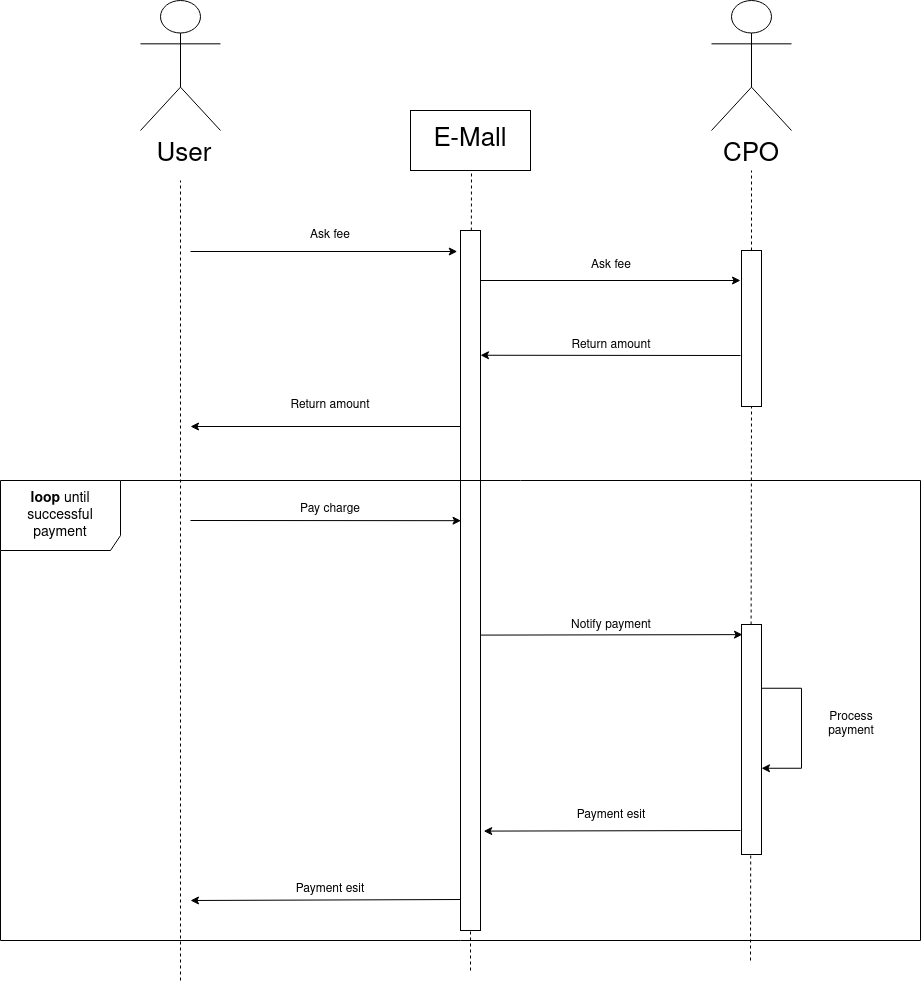
The draw.io diagram deliverables/sequence_diagrams/payment.png in nicolasbenatti/BenattiBiasioloSimonin, before a commit. Source tidied: cells renumbered, new cells last; positions are measured from the earlier drawing's top-left corner, leaving out a move shared by most shapes.
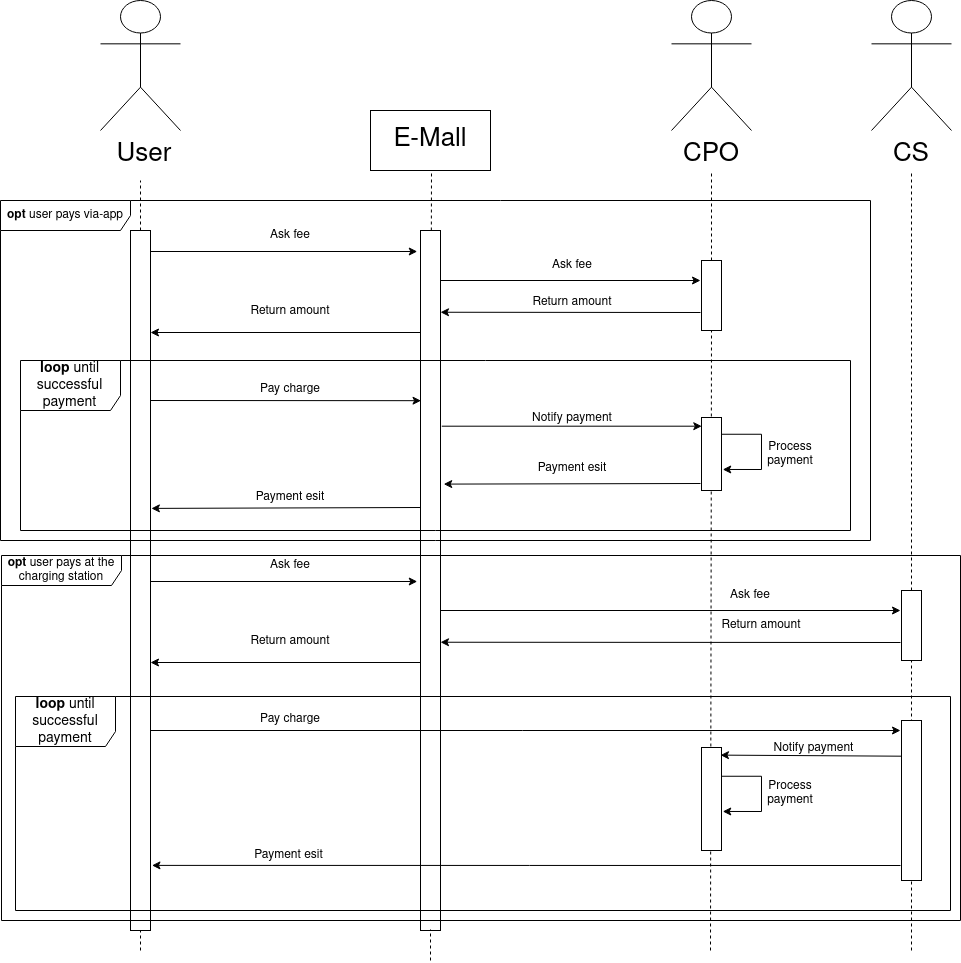
After the change.

Commit message:
Updated payment sequence diagram

What changed in the source:
```diff
@@ -2,6 +2,12 @@
   <root>
     <mxCell id="0" />
     <mxCell id="1" parent="0" />
+    <mxCell id="20" style="endArrow=classic;html=1;rounded=0;startArrow=none;entryX=0.027;entryY=0.321;entryDx=0;entryDy=0;entryPerimeter=0;" parent="1" edge="1">
+      <mxGeometry relative="1" as="geometry">
+        <mxPoint x="180" y="400" as="sourcePoint" />
+        <mxPoint x="460.5" y="400.2" as="targetPoint" />
+      </mxGeometry>
+    </mxCell>
     <mxCell id="2" style="endArrow=none;html=1;rounded=0;entryX=0.5;entryY=1;entryDx=0;entryDy=0;startArrow=none;dashed=1;" parent="1" edge="1" source="12">
       <mxGeometry relative="1" as="geometry">
         <mxPoint x="471" y="170" as="targetPoint" />
@@ -21,7 +27,7 @@
       <mxGeometry x="269.5" y="220" width="120" height="30" as="geometry" />
     </mxCell>
     <mxCell id="6" value="Return amount" style="text;html=1;strokeColor=none;fillColor=none;align=center;verticalAlign=middle;whiteSpace=wrap;rounded=0;" parent="1" vertex="1">
-      <mxGeometry x="269.5" y="390" width="120" height="30" as="geometry" />
+      <mxGeometry x="269.5" y="296" width="120" height="30" as="geometry" />
     </mxCell>
     <mxCell id="7" value="&lt;font style=&quot;font-size: 26px;&quot;&gt;User&lt;/font&gt;" style="text;html=1;strokeColor=none;fillColor=none;align=center;verticalAlign=middle;whiteSpace=wrap;rounded=0;" parent="1" vertex="1">
       <mxGeometry x="154" y="140" width="60" height="30" as="geometry" />
@@ -52,88 +58,197 @@
     </mxCell>
     <mxCell id="15" style="endArrow=classic;html=1;rounded=0;startArrow=none;entryX=1.14;entryY=0.853;entryDx=0;entryDy=0;entryPerimeter=0;" parent="1" edge="1">
       <mxGeometry relative="1" as="geometry">
-        <mxPoint x="740" y="355" as="sourcePoint" />
-        <mxPoint x="480" y="354.7" as="targetPoint" />
+        <mxPoint x="740" y="312" as="sourcePoint" />
+        <mxPoint x="480" y="311.7" as="targetPoint" />
       </mxGeometry>
     </mxCell>
     <mxCell id="16" value="Return amount" style="text;html=1;strokeColor=none;fillColor=none;align=center;verticalAlign=middle;whiteSpace=wrap;rounded=0;" parent="1" vertex="1">
-      <mxGeometry x="551.5" y="330" width="120" height="30" as="geometry" />
+      <mxGeometry x="551.5" y="287" width="120" height="30" as="geometry" />
     </mxCell>
     <mxCell id="17" style="rounded=0;whiteSpace=wrap;html=1;" parent="1" vertex="1">
-      <mxGeometry x="741" y="250" width="20" height="156" as="geometry" />
+      <mxGeometry x="741" y="260" width="20" height="70" as="geometry" />
     </mxCell>
     <mxCell id="18" style="endArrow=none;html=1;rounded=0;entryX=0.5;entryY=1;entryDx=0;entryDy=0;startArrow=none;dashed=1;" parent="1" edge="1" target="17">
       <mxGeometry relative="1" as="geometry">
-        <mxPoint x="750" y="960" as="sourcePoint" />
+        <mxPoint x="750" y="950" as="sourcePoint" />
       </mxGeometry>
     </mxCell>
+    <mxCell id="29" style="endArrow=none;html=1;rounded=0;entryX=0.5;entryY=1;entryDx=0;entryDy=0;dashed=1;" parent="1" edge="1">
+      <mxGeometry relative="1" as="geometry">
+        <mxPoint x="470" y="960" as="sourcePoint" />
+        <mxPoint x="470" y="929" as="targetPoint" />
+      </mxGeometry>
+    </mxCell>
+    <mxCell id="30" style="endArrow=none;html=1;rounded=0;dashed=1;" parent="1" edge="1">
+      <mxGeometry relative="1" as="geometry">
+        <mxPoint x="180" y="950" as="sourcePoint" />
+        <mxPoint x="180" y="180" as="targetPoint" />
+      </mxGeometry>
+    </mxCell>
+    <mxCell id="34" style="rounded=0;whiteSpace=wrap;html=1;" parent="1" vertex="1">
+      <mxGeometry x="470" y="240" height="700" as="geometry" />
+    </mxCell>
+    <mxCell id="35" style="rounded=0;whiteSpace=wrap;html=1;" parent="1" vertex="1">
+      <mxGeometry x="170" y="230" width="20" height="700" as="geometry" />
+    </mxCell>
+    <mxCell id="36" style="endArrow=classic;html=1;rounded=0;startArrow=none;entryX=-0.162;entryY=0.03;entryDx=0;entryDy=0;entryPerimeter=0;" parent="1" edge="1">
+      <mxGeometry relative="1" as="geometry">
+        <mxPoint x="190" y="581" as="sourcePoint" />
+        <mxPoint x="456.8" y="581" as="targetPoint" />
+      </mxGeometry>
+    </mxCell>
+    <mxCell id="37" value="Ask fee" style="text;html=1;strokeColor=none;fillColor=none;align=center;verticalAlign=middle;whiteSpace=wrap;rounded=0;" parent="1" vertex="1">
+      <mxGeometry x="269.5" y="550" width="120" height="30" as="geometry" />
+    </mxCell>
+    <mxCell id="38" value="Return amount" style="text;html=1;strokeColor=none;fillColor=none;align=center;verticalAlign=middle;whiteSpace=wrap;rounded=0;" parent="1" vertex="1">
+      <mxGeometry x="269.5" y="626" width="120" height="30" as="geometry" />
+    </mxCell>
+    <mxCell id="39" style="endArrow=classic;html=1;rounded=0;startArrow=none;" parent="1" edge="1">
+      <mxGeometry relative="1" as="geometry">
+        <mxPoint x="480" y="610" as="sourcePoint" />
+        <mxPoint x="940" y="610" as="targetPoint" />
+      </mxGeometry>
+    </mxCell>
+    <mxCell id="40" value="Ask fee" style="text;html=1;strokeColor=none;fillColor=none;align=center;verticalAlign=middle;whiteSpace=wrap;rounded=0;" parent="1" vertex="1">
+      <mxGeometry x="730" y="580" width="120" height="30" as="geometry" />
+    </mxCell>
+    <mxCell id="41" style="endArrow=classic;html=1;rounded=0;startArrow=none;entryX=1.14;entryY=0.853;entryDx=0;entryDy=0;entryPerimeter=0;" parent="1" edge="1">
+      <mxGeometry relative="1" as="geometry">
+        <mxPoint x="940" y="642" as="sourcePoint" />
+        <mxPoint x="480" y="641.7" as="targetPoint" />
+      </mxGeometry>
+    </mxCell>
+    <mxCell id="42" value="Return amount" style="text;html=1;strokeColor=none;fillColor=none;align=center;verticalAlign=middle;whiteSpace=wrap;rounded=0;" parent="1" vertex="1">
+      <mxGeometry x="741" y="610" width="120" height="30" as="geometry" />
+    </mxCell>
+    <mxCell id="43" style="endArrow=classic;html=1;rounded=0;startArrow=none;exitX=-0.009;exitY=0.28;exitDx=0;exitDy=0;exitPerimeter=0;" parent="1" edge="1">
+      <mxGeometry relative="1" as="geometry">
+        <mxPoint x="459.8" y="662" as="sourcePoint" />
+        <mxPoint x="190" y="662" as="targetPoint" />
+      </mxGeometry>
+    </mxCell>
+    <mxCell id="44" value="&lt;div&gt;Pay charge&lt;/div&gt;" style="text;html=1;strokeColor=none;fillColor=none;align=center;verticalAlign=middle;whiteSpace=wrap;rounded=0;" parent="1" vertex="1">
+      <mxGeometry x="269.5" y="704" width="120" height="30" as="geometry" />
+    </mxCell>
+    <mxCell id="45" style="endArrow=classic;html=1;rounded=0;startArrow=none;exitX=0.014;exitY=0.119;exitDx=0;exitDy=0;exitPerimeter=0;entryX=0.95;entryY=0.074;entryDx=0;entryDy=0;entryPerimeter=0;" parent="1" edge="1" target="50">
+      <mxGeometry relative="1" as="geometry">
+        <mxPoint x="941.3" y="755.7" as="sourcePoint" />
+      </mxGeometry>
+    </mxCell>
+    <mxCell id="46" value="&lt;div&gt;Notify payment&lt;/div&gt;" style="text;html=1;strokeColor=none;fillColor=none;align=center;verticalAlign=middle;whiteSpace=wrap;rounded=0;" parent="1" vertex="1">
+      <mxGeometry x="810" y="740" width="87" height="16" as="geometry" />
+    </mxCell>
+    <mxCell id="47" value="Payment esit" style="text;html=1;strokeColor=none;fillColor=none;align=center;verticalAlign=middle;whiteSpace=wrap;rounded=0;" parent="1" vertex="1">
+      <mxGeometry x="290" y="844" width="77" height="22" as="geometry" />
+    </mxCell>
+    <mxCell id="48" value="Process payment" style="text;html=1;strokeColor=none;fillColor=none;align=center;verticalAlign=middle;whiteSpace=wrap;rounded=0;" parent="1" vertex="1">
+      <mxGeometry x="810" y="769" width="40" height="47" as="geometry" />
+    </mxCell>
+    <mxCell id="49" style="endArrow=classic;html=1;rounded=0;fontSize=26;entryX=1.062;entryY=0.712;entryDx=0;entryDy=0;entryPerimeter=0;" parent="1" edge="1">
+      <mxGeometry relative="1" as="geometry">
+        <mxPoint x="761" y="775.8" as="sourcePoint" />
+        <mxPoint x="762.2" y="811" as="targetPoint" />
+        <Array as="points">
+          <mxPoint x="761" y="775.8" />
+          <mxPoint x="801" y="775.8" />
+          <mxPoint x="801" y="811" />
+        </Array>
+      </mxGeometry>
+    </mxCell>
+    <mxCell id="50" style="rounded=0;whiteSpace=wrap;html=1;" parent="1" vertex="1">
+      <mxGeometry x="741" y="747" width="20" height="103" as="geometry" />
+    </mxCell>
+    <mxCell id="51" value="&lt;b&gt;loop&lt;/b&gt; until successful payment" style="shape=umlFrame;whiteSpace=wrap;html=1;labelBackgroundColor=none;fontSize=14;width=100;height=50;" parent="1" vertex="1">
+      <mxGeometry x="55" y="696" width="935" height="214" as="geometry" />
+    </mxCell>
+    <mxCell id="52" style="endArrow=none;html=1;rounded=0;entryX=0.5;entryY=1;entryDx=0;entryDy=0;startArrow=none;dashed=1;" parent="1" edge="1">
+      <mxGeometry relative="1" as="geometry">
+        <mxPoint x="951" y="950" as="sourcePoint" />
+        <mxPoint x="951" y="170" as="targetPoint" />
+      </mxGeometry>
+    </mxCell>
+    <mxCell id="53" value="&lt;font style=&quot;font-size: 26px;&quot;&gt;CS&lt;/font&gt;" style="text;html=1;strokeColor=none;fillColor=none;align=center;verticalAlign=middle;whiteSpace=wrap;rounded=0;" parent="1" vertex="1">
+      <mxGeometry x="921" y="140" width="60" height="30" as="geometry" />
+    </mxCell>
+    <mxCell id="54" style="shape=umlActor;verticalLabelPosition=bottom;verticalAlign=top;html=1;fontSize=26;" parent="1" vertex="1">
+      <mxGeometry x="911" width="80" height="130" as="geometry" />
+    </mxCell>
+    <mxCell id="55" style="rounded=0;whiteSpace=wrap;html=1;" parent="1" vertex="1">
+      <mxGeometry x="941" y="590" width="20" height="70" as="geometry" />
+    </mxCell>
+    <mxCell id="56" style="rounded=0;whiteSpace=wrap;html=1;" parent="1" vertex="1">
+      <mxGeometry x="941" y="720" width="20" height="160" as="geometry" />
+    </mxCell>
+    <mxCell id="57" style="endArrow=classic;html=1;rounded=0;startArrow=none;" parent="1" edge="1">
+      <mxGeometry relative="1" as="geometry">
+        <mxPoint x="190" y="730" as="sourcePoint" />
+        <mxPoint x="940" y="730" as="targetPoint" />
+      </mxGeometry>
+    </mxCell>
+    <mxCell id="58" style="endArrow=classic;html=1;rounded=0;startArrow=none;entryX=1.073;entryY=0.867;entryDx=0;entryDy=0;entryPerimeter=0;exitX=1.058;exitY=0.871;exitDx=0;exitDy=0;exitPerimeter=0;" parent="1" edge="1">
+      <mxGeometry relative="1" as="geometry">
+        <mxPoint x="940" y="865" as="sourcePoint" />
+        <mxPoint x="191.5" y="864.9" as="targetPoint" />
+      </mxGeometry>
+    </mxCell>
+    <mxCell id="59" value="&lt;b&gt;opt &lt;/b&gt;user pays via-app" style="shape=umlFrame;whiteSpace=wrap;html=1;width=130;height=30;" parent="1" vertex="1">
+      <mxGeometry x="40" y="200" width="870" height="340" as="geometry" />
+    </mxCell>
-    <mxCell id="19" style="endArrow=classic;html=1;rounded=0;startArrow=none;exitX=-0.009;exitY=0.28;exitDx=0;exitDy=0;exitPerimeter=0;" parent="1" edge="1" source="12">
+    <mxCell id="19" style="endArrow=classic;html=1;rounded=0;startArrow=none;exitX=-0.009;exitY=0.28;exitDx=0;exitDy=0;exitPerimeter=0;" parent="1" edge="1">
       <mxGeometry relative="1" as="geometry">
-        <mxPoint x="190" y="426" as="targetPoint" />
+        <mxPoint x="459.8" y="332" as="sourcePoint" />
+        <mxPoint x="190" y="332" as="targetPoint" />
       </mxGeometry>
     </mxCell>
-    <mxCell id="20" style="endArrow=classic;html=1;rounded=0;startArrow=none;entryX=0.027;entryY=0.321;entryDx=0;entryDy=0;entryPerimeter=0;" parent="1" edge="1">
-      <mxGeometry relative="1" as="geometry">
-        <mxPoint x="190" y="520" as="sourcePoint" />
-        <mxPoint x="460.5" y="520.2" as="targetPoint" />
-      </mxGeometry>
-    </mxCell>
     <mxCell id="21" value="&lt;div&gt;Pay charge&lt;/div&gt;" style="text;html=1;strokeColor=none;fillColor=none;align=center;verticalAlign=middle;whiteSpace=wrap;rounded=0;" parent="1" vertex="1">
-      <mxGeometry x="269.5" y="494" width="120" height="30" as="geometry" />
+      <mxGeometry x="269.5" y="374" width="120" height="30" as="geometry" />
     </mxCell>
-    <mxCell id="22" style="endArrow=classic;html=1;rounded=0;startArrow=none;exitX=1.02;exitY=0.578;exitDx=0;exitDy=0;entryX=0.05;entryY=0.044;entryDx=0;entryDy=0;entryPerimeter=0;exitPerimeter=0;" parent="1" edge="1" source="12" target="31">
-      <mxGeometry relative="1" as="geometry" />
+    <mxCell id="22" style="endArrow=classic;html=1;rounded=0;startArrow=none;exitX=1.064;exitY=0.451;exitDx=0;exitDy=0;exitPerimeter=0;entryX=0.014;entryY=0.119;entryDx=0;entryDy=0;entryPerimeter=0;" parent="1" edge="1" target="31">
+      <mxGeometry relative="1" as="geometry">
+        <mxPoint x="481.3" y="425.7" as="sourcePoint" />
+      </mxGeometry>
     </mxCell>
     <mxCell id="23" value="&lt;div&gt;Notify payment&lt;/div&gt;" style="text;html=1;strokeColor=none;fillColor=none;align=center;verticalAlign=middle;whiteSpace=wrap;rounded=0;" parent="1" vertex="1">
-      <mxGeometry x="551.5" y="610" width="120" height="30" as="geometry" />
+      <mxGeometry x="551.5" y="403" width="120" height="30" as="geometry" />
     </mxCell>
-    <mxCell id="24" style="endArrow=classic;html=1;rounded=0;startArrow=none;entryX=1.16;entryY=0.858;entryDx=0;entryDy=0;entryPerimeter=0;" parent="1" edge="1" target="12">
+    <mxCell id="24" style="endArrow=classic;html=1;rounded=0;startArrow=none;entryX=1.16;entryY=0.858;entryDx=0;entryDy=0;entryPerimeter=0;" parent="1" edge="1">
       <mxGeometry relative="1" as="geometry">
-        <mxPoint x="740" y="830" as="sourcePoint" />
+        <mxPoint x="740" y="483" as="sourcePoint" />
+        <mxPoint x="483.2" y="483.6" as="targetPoint" />
       </mxGeometry>
     </mxCell>
     <mxCell id="25" value="Payment esit" style="text;html=1;strokeColor=none;fillColor=none;align=center;verticalAlign=middle;whiteSpace=wrap;rounded=0;" parent="1" vertex="1">
-      <mxGeometry x="551.5" y="800" width="120" height="30" as="geometry" />
+      <mxGeometry x="551.5" y="453" width="120" height="30" as="geometry" />
     </mxCell>
     <mxCell id="26" value="Payment esit" style="text;html=1;strokeColor=none;fillColor=none;align=center;verticalAlign=middle;whiteSpace=wrap;rounded=0;" parent="1" vertex="1">
-      <mxGeometry x="269.5" y="874" width="120" height="30" as="geometry" />
+      <mxGeometry x="269.5" y="482" width="120" height="30" as="geometry" />
     </mxCell>
     <mxCell id="27" value="Process payment" style="text;html=1;strokeColor=none;fillColor=none;align=center;verticalAlign=middle;whiteSpace=wrap;rounded=0;" parent="1" vertex="1">
-      <mxGeometry x="811" y="680.2" width="80" height="87.5" as="geometry" />
+      <mxGeometry x="810" y="430" width="40" height="47" as="geometry" />
     </mxCell>
-    <mxCell id="28" style="endArrow=classic;html=1;rounded=0;fontSize=26;" parent="1" edge="1">
+    <mxCell id="28" style="endArrow=classic;html=1;rounded=0;fontSize=26;entryX=1.062;entryY=0.712;entryDx=0;entryDy=0;entryPerimeter=0;" parent="1" edge="1" target="31">
       <mxGeometry relative="1" as="geometry">
-        <mxPoint x="761" y="687.8" as="sourcePoint" />
-        <mxPoint x="761" y="767.8" as="targetPoint" />
+        <mxPoint x="761" y="433.8" as="sourcePoint" />
         <Array as="points">
-          <mxPoint x="761" y="687.8" />
-          <mxPoint x="801" y="687.8" />
-          <mxPoint x="801" y="767.8" />
+          <mxPoint x="761" y="433.8" />
+          <mxPoint x="801" y="433.8" />
+          <mxPoint x="801" y="469" />
         </Array>
       </mxGeometry>
     </mxCell>
-    <mxCell id="29" style="endArrow=none;html=1;rounded=0;entryX=0.5;entryY=1;entryDx=0;entryDy=0;dashed=1;" parent="1" edge="1" target="12">
-      <mxGeometry relative="1" as="geometry">
-        <mxPoint x="470" y="970" as="sourcePoint" />
-      </mxGeometry>
-    </mxCell>
-    <mxCell id="30" style="endArrow=none;html=1;rounded=0;dashed=1;" parent="1" edge="1">
-      <mxGeometry relative="1" as="geometry">
-        <mxPoint x="180" y="980" as="sourcePoint" />
-        <mxPoint x="180" y="180" as="targetPoint" />
-      </mxGeometry>
-    </mxCell>
     <mxCell id="31" style="rounded=0;whiteSpace=wrap;html=1;" parent="1" vertex="1">
-      <mxGeometry x="741" y="624" width="20" height="230" as="geometry" />
+      <mxGeometry x="741" y="417" width="20" height="73" as="geometry" />
     </mxCell>
-    <mxCell id="32" style="endArrow=classic;html=1;rounded=0;" parent="1" edge="1">
+    <mxCell id="32" style="endArrow=classic;html=1;rounded=0;entryX=1.044;entryY=0.397;entryDx=0;entryDy=0;entryPerimeter=0;" parent="1" edge="1" target="35">
       <mxGeometry relative="1" as="geometry">
-        <mxPoint x="460" y="899" as="sourcePoint" />
-        <mxPoint x="190" y="900" as="targetPoint" />
+        <mxPoint x="460" y="507" as="sourcePoint" />
       </mxGeometry>
     </mxCell>
-    <mxCell id="33" value="&lt;b&gt;loop&lt;/b&gt; until successful payment" style="shape=umlFrame;whiteSpace=wrap;html=1;labelBackgroundColor=none;fontSize=14;width=120;height=70;" parent="1" vertex="1">
-      <mxGeometry y="480" width="920" height="460" as="geometry" />
+    <mxCell id="33" value="&lt;b&gt;loop&lt;/b&gt; until successful payment" style="shape=umlFrame;whiteSpace=wrap;html=1;labelBackgroundColor=none;fontSize=14;width=100;height=50;" parent="1" vertex="1">
+      <mxGeometry x="60" y="360" width="830" height="170" as="geometry" />
     </mxCell>
+    <mxCell id="60" value="&lt;b&gt;opt &lt;/b&gt;user pays at the charging station" style="shape=umlFrame;whiteSpace=wrap;html=1;width=120;height=30;" parent="1" vertex="1">
+      <mxGeometry x="41" y="555" width="959" height="365" as="geometry" />
+    </mxCell>
   </root>
 </mxGraphModel>
```
